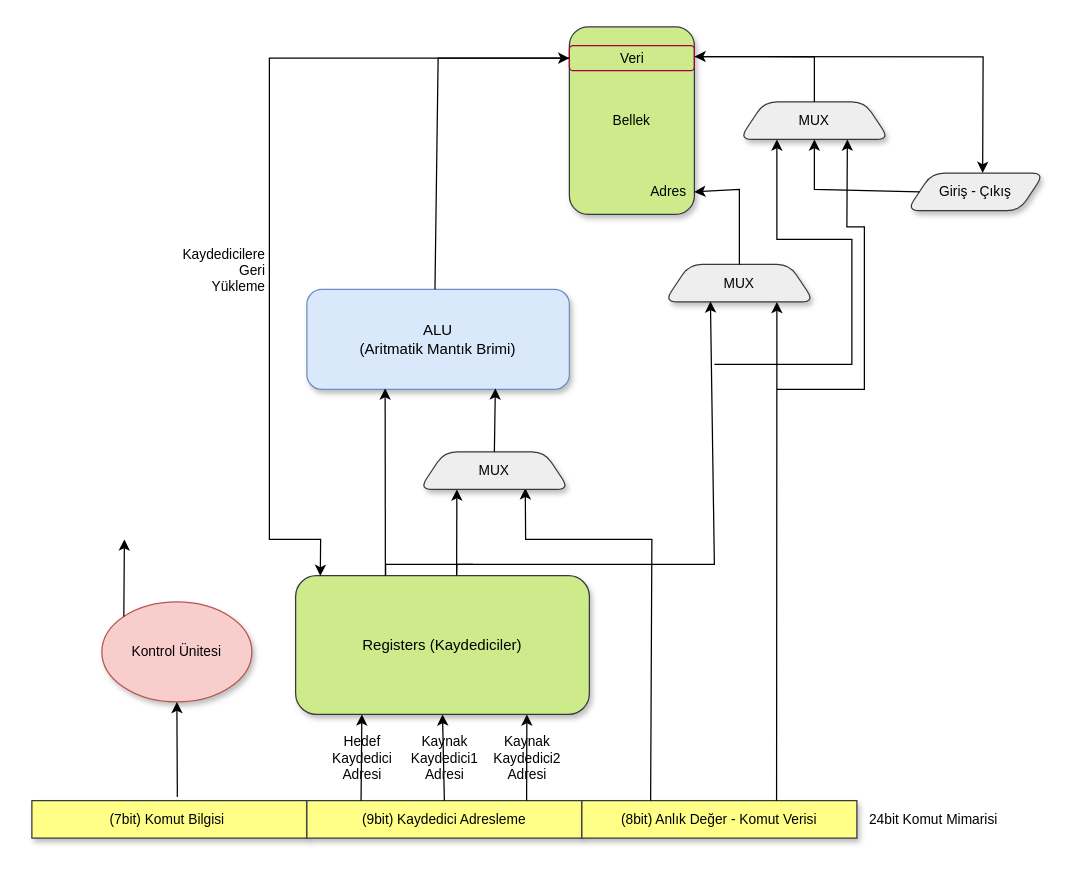
Earlier version of the draw.io diagram Application/mimari.drawio (MusaAkyuz/8bit-Computer). Source tidied: cells renumbered, new cells numbered last; positions are measured from the earlier drawing's top-left corner, leaving out a move shared by most shapes. Both pictures are drawn from the tidied source at 125%, with x=0, y=0 at pixel (31, 26).
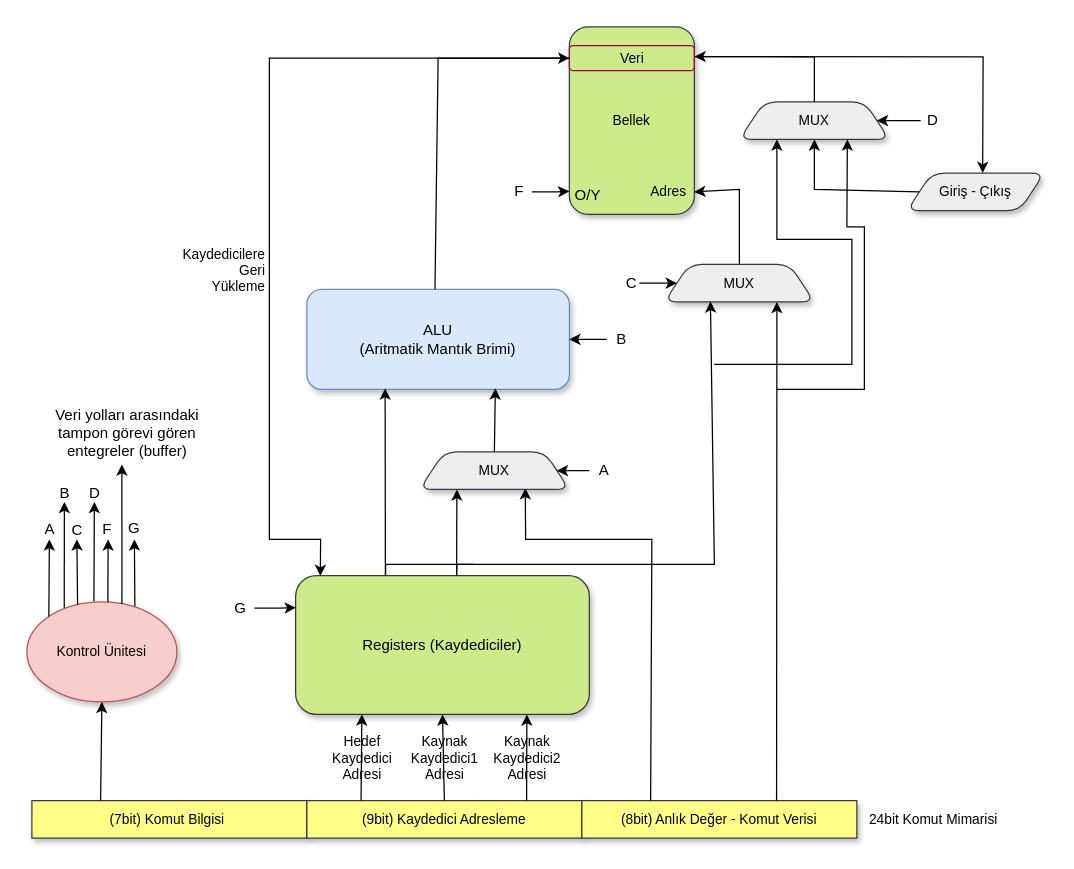
The same page after the edit.

Unchanged cells that the change refers to:
```xml
<mxCell id="2" value="ALU &lt;br&gt;(Aritmatik Mantık Brimi)" style="rounded=1;whiteSpace=wrap;html=1;fillColor=#dae8fc;strokeColor=#6c8ebf;labelBorderColor=none;labelBackgroundColor=none;shadow=1;" parent="1" vertex="1">
  <mxGeometry x="220" y="210" width="210" height="80" as="geometry" />
</mxCell>
<mxCell id="3" value="Registers (Kaydediciler)" style="rounded=1;whiteSpace=wrap;html=1;fillColor=#cdeb8b;strokeColor=#36393d;labelBorderColor=none;labelBackgroundColor=none;shadow=1;" parent="1" vertex="1">
  <mxGeometry x="211" y="439" width="235" height="111" as="geometry" />
</mxCell>
<mxCell id="5" value="(7bit) Komut Bilgisi&amp;nbsp;" style="rounded=0;whiteSpace=wrap;html=1;fontSize=11;fillColor=#ffff88;strokeColor=#36393d;labelBorderColor=none;labelBackgroundColor=none;shadow=1;" parent="1" vertex="1">
  <mxGeometry y="619" width="220" height="30" as="geometry" />
</mxCell>
<mxCell id="17" value="MUX" style="shape=trapezoid;perimeter=trapezoidPerimeter;whiteSpace=wrap;html=1;fixedSize=1;shadow=1;fontSize=11;fillColor=#eeeeee;strokeColor=#36393d;labelBorderColor=none;labelBackgroundColor=none;rounded=1;" parent="1" vertex="1">
  <mxGeometry x="310" y="340" width="120" height="30" as="geometry" />
</mxCell>
<mxCell id="21" value="MUX" style="shape=trapezoid;perimeter=trapezoidPerimeter;whiteSpace=wrap;html=1;fixedSize=1;shadow=1;fontSize=11;fillColor=#eeeeee;strokeColor=#36393d;labelBorderColor=none;labelBackgroundColor=none;rounded=1;" parent="1" vertex="1">
  <mxGeometry x="506" y="190" width="120" height="30" as="geometry" />
</mxCell>
<mxCell id="24" value="MUX" style="shape=trapezoid;perimeter=trapezoidPerimeter;whiteSpace=wrap;html=1;fixedSize=1;shadow=1;fontSize=11;fillColor=#eeeeee;strokeColor=#36393d;labelBorderColor=none;labelBackgroundColor=none;rounded=1;" parent="1" vertex="1">
  <mxGeometry x="566" y="60" width="120" height="30" as="geometry" />
</mxCell>
```

Diff of the diagram source:
```diff
@@
     <mxCell id="4" value="Kontrol Ünitesi" style="ellipse;whiteSpace=wrap;html=1;fontSize=11;fillColor=#f8cecc;strokeColor=#b85450;labelBorderColor=none;labelBackgroundColor=none;sketch=0;shadow=1;" parent="1" vertex="1">
-      <mxGeometry x="56" y="460" width="120" height="80" as="geometry" />
+      <mxGeometry x="-4" y="460" width="120" height="80" as="geometry" />
     </mxCell>
@@
-    <mxCell id="8" style="endArrow=classic;html=1;rounded=0;fontSize=11;entryX=0.5;entryY=1;entryDx=0;entryDy=0;exitX=0.529;exitY=-0.1;exitDx=0;exitDy=0;exitPerimeter=0;labelBorderColor=none;labelBackgroundColor=none;" parent="1" edge="1" source="5" target="4">
+    <mxCell id="8" style="endArrow=classic;html=1;rounded=0;fontSize=11;entryX=0.5;entryY=1;entryDx=0;entryDy=0;exitX=0.25;exitY=0;exitDx=0;exitDy=0;labelBorderColor=none;labelBackgroundColor=none;" parent="1" edge="1" source="5" target="4">
       <mxGeometry relative="1" as="geometry" />
     </mxCell>
@@
     <mxCell id="40" style="endArrow=classic;html=1;rounded=0;exitX=0;exitY=0;exitDx=0;exitDy=0;" parent="1" edge="1" source="4">
       <mxGeometry relative="1" as="geometry">
-        <mxPoint x="74" y="410" as="targetPoint" />
+        <mxPoint x="14" y="410" as="targetPoint" />
       </mxGeometry>
     </mxCell>
+    <mxCell id="41" style="endArrow=classic;html=1;rounded=0;exitX=0.249;exitY=0.06;exitDx=0;exitDy=0;exitPerimeter=0;" parent="1" edge="1" source="4">
+      <mxGeometry relative="1" as="geometry">
+        <mxPoint x="26" y="380" as="targetPoint" />
+      </mxGeometry>
+    </mxCell>
+    <mxCell id="42" value="A" style="text;html=1;align=center;verticalAlign=middle;strokeColor=none;fillColor=none;" parent="1" vertex="1">
+      <mxGeometry x="-1" y="387" width="30" height="30" as="geometry" />
+    </mxCell>
+    <mxCell id="43" value="B" style="text;html=1;align=center;verticalAlign=middle;strokeColor=none;fillColor=none;" parent="1" vertex="1">
+      <mxGeometry x="11" y="358" width="30" height="30" as="geometry" />
+    </mxCell>
+    <mxCell id="44" style="endArrow=classic;html=1;rounded=0;exitX=0.338;exitY=0.028;exitDx=0;exitDy=0;exitPerimeter=0;" parent="1" edge="1" source="4">
+      <mxGeometry relative="1" as="geometry">
+        <mxPoint x="36" y="410" as="targetPoint" />
+      </mxGeometry>
+    </mxCell>
+    <mxCell id="45" value="C" style="text;html=1;align=center;verticalAlign=middle;strokeColor=none;fillColor=none;" parent="1" vertex="1">
+      <mxGeometry x="21" y="388" width="30" height="30" as="geometry" />
+    </mxCell>
+    <mxCell id="46" style="endArrow=classic;html=1;rounded=0;exitX=0.447;exitY=-0.005;exitDx=0;exitDy=0;exitPerimeter=0;" parent="1" edge="1" source="4">
+      <mxGeometry relative="1" as="geometry">
+        <mxPoint x="50" y="380" as="targetPoint" />
+      </mxGeometry>
+    </mxCell>
+    <mxCell id="47" value="D" style="text;html=1;align=center;verticalAlign=middle;strokeColor=none;fillColor=none;" parent="1" vertex="1">
+      <mxGeometry x="35" y="358" width="30" height="30" as="geometry" />
+    </mxCell>
+    <mxCell id="48" value="A" style="text;html=1;strokeColor=none;fillColor=none;align=center;verticalAlign=middle;whiteSpace=wrap;rounded=0;" parent="1" vertex="1">
+      <mxGeometry x="446" y="340" width="24" height="30" as="geometry" />
+    </mxCell>
+    <mxCell id="49" style="endArrow=classic;html=1;rounded=0;entryX=1;entryY=0.5;entryDx=0;entryDy=0;" parent="1" edge="1" source="48" target="17">
+      <mxGeometry relative="1" as="geometry" />
+    </mxCell>
+    <mxCell id="50" style="edgeStyle=orthogonalEdgeStyle;rounded=0;jettySize=auto;html=1;entryX=1;entryY=0.5;entryDx=0;entryDy=0;" parent="1" edge="1" source="51" target="2">
+      <mxGeometry relative="1" as="geometry" />
+    </mxCell>
+    <mxCell id="51" value="B" style="text;html=1;strokeColor=none;fillColor=none;align=center;verticalAlign=middle;whiteSpace=wrap;rounded=0;" parent="1" vertex="1">
+      <mxGeometry x="460" y="235" width="24" height="30" as="geometry" />
+    </mxCell>
+    <mxCell id="52" style="edgeStyle=orthogonalEdgeStyle;rounded=0;jettySize=auto;html=1;entryX=0;entryY=0.5;entryDx=0;entryDy=0;" parent="1" edge="1" source="53" target="21">
+      <mxGeometry relative="1" as="geometry" />
+    </mxCell>
+    <mxCell id="53" value="C" style="text;html=1;strokeColor=none;fillColor=none;align=center;verticalAlign=middle;whiteSpace=wrap;rounded=0;" parent="1" vertex="1">
+      <mxGeometry x="470" y="190" width="20" height="30" as="geometry" />
+    </mxCell>
+    <mxCell id="54" style="edgeStyle=orthogonalEdgeStyle;rounded=0;jettySize=auto;html=1;entryX=1;entryY=0.5;entryDx=0;entryDy=0;" parent="1" edge="1" source="55" target="24">
+      <mxGeometry relative="1" as="geometry" />
+    </mxCell>
+    <mxCell id="55" value="D" style="text;html=1;strokeColor=none;fillColor=none;align=center;verticalAlign=middle;whiteSpace=wrap;rounded=0;" parent="1" vertex="1">
+      <mxGeometry x="711" y="60" width="20" height="30" as="geometry" />
+    </mxCell>
+    <mxCell id="56" value="O/Y" style="text;html=1;strokeColor=none;fillColor=none;align=center;verticalAlign=middle;whiteSpace=wrap;rounded=0;" parent="1" vertex="1">
+      <mxGeometry x="430" y="120" width="30" height="30" as="geometry" />
+    </mxCell>
+    <mxCell id="57" style="edgeStyle=orthogonalEdgeStyle;rounded=0;jettySize=auto;html=1;entryX=-0.001;entryY=0.384;entryDx=0;entryDy=0;entryPerimeter=0;" parent="1" edge="1" source="58" target="56">
+      <mxGeometry relative="1" as="geometry" />
+    </mxCell>
+    <mxCell id="58" value="F" style="text;html=1;strokeColor=none;fillColor=none;align=center;verticalAlign=middle;whiteSpace=wrap;rounded=0;" parent="1" vertex="1">
+      <mxGeometry x="380" y="117" width="20" height="30" as="geometry" />
+    </mxCell>
+    <mxCell id="59" style="endArrow=classic;html=1;rounded=0;exitX=0.54;exitY=0.004;exitDx=0;exitDy=0;exitPerimeter=0;" parent="1" edge="1" source="4">
+      <mxGeometry relative="1" as="geometry">
+        <mxPoint x="61" y="410" as="targetPoint" />
+      </mxGeometry>
+    </mxCell>
+    <mxCell id="60" value="F" style="text;html=1;align=center;verticalAlign=middle;strokeColor=none;fillColor=none;" parent="1" vertex="1">
+      <mxGeometry x="45" y="387" width="30" height="30" as="geometry" />
+    </mxCell>
+    <mxCell id="61" style="endArrow=classic;html=1;rounded=0;exitX=0.634;exitY=0.022;exitDx=0;exitDy=0;exitPerimeter=0;" parent="1" edge="1" source="4">
+      <mxGeometry relative="1" as="geometry">
+        <mxPoint x="72" y="350" as="targetPoint" />
+      </mxGeometry>
+    </mxCell>
+    <mxCell id="62" value="Veri yolları arasındaki tampon görevi gören entegreler (buffer)" style="text;html=1;strokeColor=none;fillColor=none;align=center;verticalAlign=middle;whiteSpace=wrap;rounded=0;" parent="1" vertex="1">
+      <mxGeometry x="11" y="310" width="131" height="30" as="geometry" />
+    </mxCell>
+    <mxCell id="63" value="G" style="text;html=1;strokeColor=none;fillColor=none;align=center;verticalAlign=middle;whiteSpace=wrap;rounded=0;" parent="1" vertex="1">
+      <mxGeometry x="72" y="386" width="20" height="30" as="geometry" />
+    </mxCell>
+    <mxCell id="64" style="endArrow=classic;html=1;rounded=0;exitX=0.72;exitY=0.043;exitDx=0;exitDy=0;exitPerimeter=0;" parent="1" edge="1" source="4">
+      <mxGeometry relative="1" as="geometry">
+        <mxPoint x="82" y="410" as="targetPoint" />
+      </mxGeometry>
+    </mxCell>
+    <mxCell id="65" style="edgeStyle=orthogonalEdgeStyle;rounded=0;jettySize=auto;html=1;entryX=0.001;entryY=0.231;entryDx=0;entryDy=0;entryPerimeter=0;" parent="1" edge="1" source="66" target="3">
+      <mxGeometry relative="1" as="geometry" />
+    </mxCell>
+    <mxCell id="66" value="G" style="text;html=1;strokeColor=none;fillColor=none;align=center;verticalAlign=middle;whiteSpace=wrap;rounded=0;" parent="1" vertex="1">
+      <mxGeometry x="156" y="450" width="22" height="30" as="geometry" />
+    </mxCell>
```
